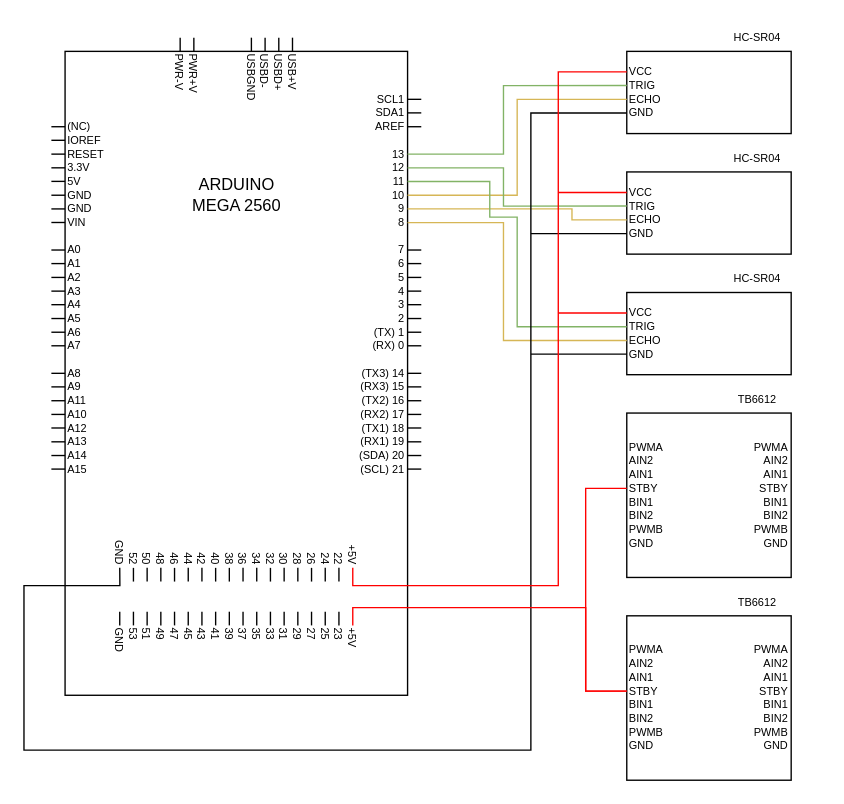
AlexRussellGit/VKR---Russell-Alexander keeps this draw.io diagram as Наработки/Принципиальная схема.drawio. Above is the earlier version. Source tidied: cells renumbered, new cells numbered last; positions are measured from the earlier drawing's top-left corner, leaving out a move shared by most shapes. Both pictures are drawn from the tidied source at 137%, with x=0, y=0 at pixel (23, 23).
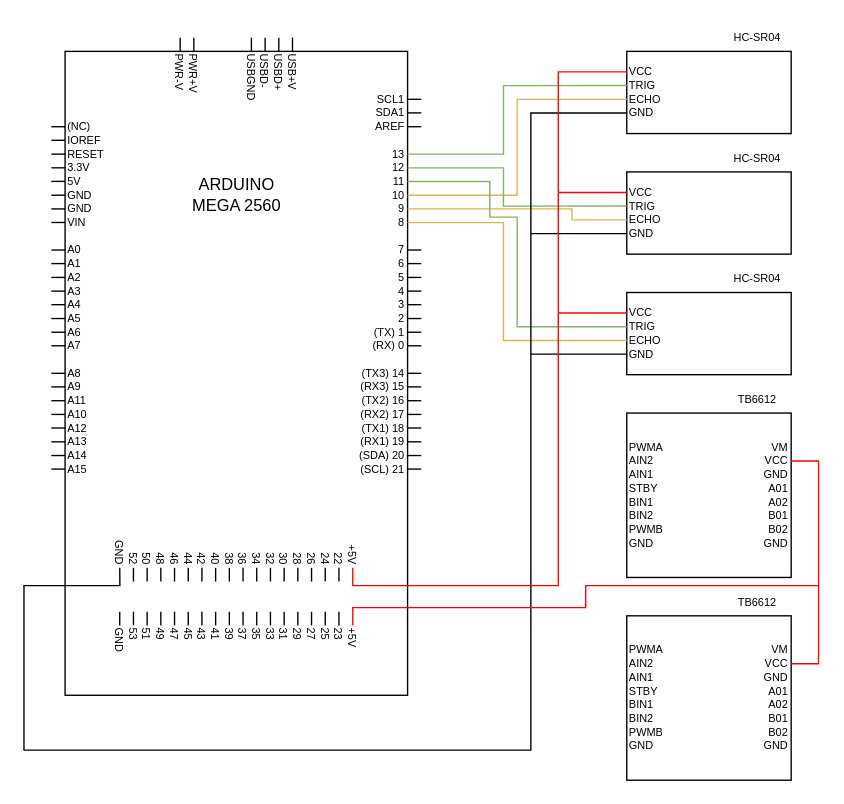
Above is the later version.

Unchanged cells that the change refers to:
```xml
<mxCell id="92" value="+5V" style="text;html=1;strokeColor=none;fillColor=none;align=left;verticalAlign=middle;whiteSpace=wrap;rounded=0;rotation=90;fontSize=8;" parent="1" vertex="1">
  <mxGeometry x="215" y="459" width="50" height="10" as="geometry" />
</mxCell>
<mxCell id="214" value="STBY" style="text;html=1;strokeColor=none;fillColor=none;align=left;verticalAlign=middle;whiteSpace=wrap;rounded=0;rotation=0;fontSize=8;" parent="1" vertex="1">
  <mxGeometry x="440" y="334" width="50" height="10" as="geometry" />
</mxCell>
<mxCell id="230" value="STBY" style="text;html=1;strokeColor=none;fillColor=none;align=left;verticalAlign=middle;whiteSpace=wrap;rounded=0;rotation=0;fontSize=8;" parent="1" vertex="1">
  <mxGeometry x="440" y="482" width="50" height="10" as="geometry" />
</mxCell>
```

The edit, as a diff of the source:
```diff
@@
-    <mxCell id="209" style="endArrow=none;html=1;rounded=0;labelBackgroundColor=none;labelBorderColor=none;fontSize=8;fontColor=none;strokeColor=#FF0000;fillColor=#FF0000;exitX=0;exitY=0.5;exitDx=0;exitDy=0;entryX=0;entryY=0.5;entryDx=0;entryDy=0;" parent="1" edge="1" source="92" target="230">
+    <mxCell id="209" style="endArrow=none;html=1;rounded=0;labelBackgroundColor=none;labelBorderColor=none;fontSize=8;fontColor=none;strokeColor=#FF0000;fillColor=#FF0000;exitX=0;exitY=0.5;exitDx=0;exitDy=0;entryX=1;entryY=0.5;entryDx=0;entryDy=0;fontStyle=4;" parent="1" edge="1" source="92" target="246">
       <mxGeometry relative="1" as="geometry">
         <Array as="points">
           <mxPoint x="240" y="426" />
           <mxPoint x="410" y="426" />
-          <mxPoint x="410" y="487" />
+          <mxPoint x="410" y="410" />
+          <mxPoint x="580" y="410" />
+          <mxPoint x="580" y="467" />
         </Array>
       </mxGeometry>
     </mxCell>
-    <mxCell id="210" style="endArrow=none;html=1;rounded=0;labelBackgroundColor=none;labelBorderColor=none;fontSize=8;fontColor=none;strokeColor=#FF0000;fillColor=#FF0000;entryX=0;entryY=0.5;entryDx=0;entryDy=0;exitX=0;exitY=0.5;exitDx=0;exitDy=0;" parent="1" edge="1" source="230" target="214">
-      <mxGeometry relative="1" as="geometry">
-        <Array as="points">
-          <mxPoint x="410" y="487" />
-          <mxPoint x="410" y="339" />
-        </Array>
-      </mxGeometry>
-    </mxCell>
@@
-    <mxCell id="219" value="PWMA" style="text;html=1;strokeColor=none;fillColor=none;align=right;verticalAlign=middle;whiteSpace=wrap;rounded=0;rotation=0;fontSize=8;" parent="1" vertex="1">
+    <mxCell id="219" value="VM" style="text;html=1;strokeColor=none;fillColor=none;align=right;verticalAlign=middle;whiteSpace=wrap;rounded=0;rotation=0;fontSize=8;" parent="1" vertex="1">
       <mxGeometry x="510" y="304" width="50" height="10" as="geometry" />
     </mxCell>
-    <mxCell id="220" value="AIN2" style="text;html=1;strokeColor=none;fillColor=none;align=right;verticalAlign=middle;whiteSpace=wrap;rounded=0;rotation=0;fontSize=8;" parent="1" vertex="1">
+    <mxCell id="220" value="VCC" style="text;html=1;strokeColor=none;fillColor=none;align=right;verticalAlign=middle;whiteSpace=wrap;rounded=0;rotation=0;fontSize=8;" parent="1" vertex="1">
       <mxGeometry x="510" y="314" width="50" height="10" as="geometry" />
     </mxCell>
-    <mxCell id="221" value="AIN1" style="text;html=1;strokeColor=none;fillColor=none;align=right;verticalAlign=middle;whiteSpace=wrap;rounded=0;rotation=0;fontSize=8;" parent="1" vertex="1">
+    <mxCell id="221" value="GND" style="text;html=1;strokeColor=none;fillColor=none;align=right;verticalAlign=middle;whiteSpace=wrap;rounded=0;rotation=0;fontSize=8;" parent="1" vertex="1">
       <mxGeometry x="510" y="324" width="50" height="10" as="geometry" />
     </mxCell>
-    <mxCell id="222" value="STBY" style="text;html=1;strokeColor=none;fillColor=none;align=right;verticalAlign=middle;whiteSpace=wrap;rounded=0;rotation=0;fontSize=8;" parent="1" vertex="1">
+    <mxCell id="222" value="A01" style="text;html=1;strokeColor=none;fillColor=none;align=right;verticalAlign=middle;whiteSpace=wrap;rounded=0;rotation=0;fontSize=8;" parent="1" vertex="1">
       <mxGeometry x="510" y="334" width="50" height="10" as="geometry" />
     </mxCell>
-    <mxCell id="223" value="BIN1" style="text;html=1;strokeColor=none;fillColor=none;align=right;verticalAlign=middle;whiteSpace=wrap;rounded=0;rotation=0;fontSize=8;" parent="1" vertex="1">
+    <mxCell id="223" value="A02" style="text;html=1;strokeColor=none;fillColor=none;align=right;verticalAlign=middle;whiteSpace=wrap;rounded=0;rotation=0;fontSize=8;" parent="1" vertex="1">
       <mxGeometry x="510" y="344" width="50" height="10" as="geometry" />
     </mxCell>
-    <mxCell id="224" value="BIN2" style="text;html=1;strokeColor=none;fillColor=none;align=right;verticalAlign=middle;whiteSpace=wrap;rounded=0;rotation=0;fontSize=8;" parent="1" vertex="1">
+    <mxCell id="224" value="B01" style="text;html=1;strokeColor=none;fillColor=none;align=right;verticalAlign=middle;whiteSpace=wrap;rounded=0;rotation=0;fontSize=8;" parent="1" vertex="1">
       <mxGeometry x="510" y="354" width="50" height="10" as="geometry" />
     </mxCell>
-    <mxCell id="225" value="PWMB" style="text;html=1;strokeColor=none;fillColor=none;align=right;verticalAlign=middle;whiteSpace=wrap;rounded=0;rotation=0;fontSize=8;" parent="1" vertex="1">
+    <mxCell id="225" value="B02" style="text;html=1;strokeColor=none;fillColor=none;align=right;verticalAlign=middle;whiteSpace=wrap;rounded=0;rotation=0;fontSize=8;" parent="1" vertex="1">
       <mxGeometry x="510" y="364" width="50" height="10" as="geometry" />
     </mxCell>
@@
-    <mxCell id="235" value="PWMA" style="text;html=1;strokeColor=none;fillColor=none;align=right;verticalAlign=middle;whiteSpace=wrap;rounded=0;rotation=0;fontSize=8;" parent="1" vertex="1">
-      <mxGeometry x="510" y="452" width="50" height="10" as="geometry" />
-    </mxCell>
-    <mxCell id="236" value="AIN2" style="text;html=1;strokeColor=none;fillColor=none;align=right;verticalAlign=middle;whiteSpace=wrap;rounded=0;rotation=0;fontSize=8;" parent="1" vertex="1">
-      <mxGeometry x="510" y="462" width="50" height="10" as="geometry" />
-    </mxCell>
-    <mxCell id="237" value="AIN1" style="text;html=1;strokeColor=none;fillColor=none;align=right;verticalAlign=middle;whiteSpace=wrap;rounded=0;rotation=0;fontSize=8;" parent="1" vertex="1">
-      <mxGeometry x="510" y="472" width="50" height="10" as="geometry" />
-    </mxCell>
-    <mxCell id="238" value="STBY" style="text;html=1;strokeColor=none;fillColor=none;align=right;verticalAlign=middle;whiteSpace=wrap;rounded=0;rotation=0;fontSize=8;" parent="1" vertex="1">
-      <mxGeometry x="510" y="482" width="50" height="10" as="geometry" />
-    </mxCell>
-    <mxCell id="239" value="BIN1" style="text;html=1;strokeColor=none;fillColor=none;align=right;verticalAlign=middle;whiteSpace=wrap;rounded=0;rotation=0;fontSize=8;" parent="1" vertex="1">
-      <mxGeometry x="510" y="492" width="50" height="10" as="geometry" />
-    </mxCell>
-    <mxCell id="240" value="BIN2" style="text;html=1;strokeColor=none;fillColor=none;align=right;verticalAlign=middle;whiteSpace=wrap;rounded=0;rotation=0;fontSize=8;" parent="1" vertex="1">
-      <mxGeometry x="510" y="502" width="50" height="10" as="geometry" />
-    </mxCell>
-    <mxCell id="241" value="PWMB" style="text;html=1;strokeColor=none;fillColor=none;align=right;verticalAlign=middle;whiteSpace=wrap;rounded=0;rotation=0;fontSize=8;" parent="1" vertex="1">
-      <mxGeometry x="510" y="512" width="50" height="10" as="geometry" />
-    </mxCell>
-    <mxCell id="242" value="GND" style="text;html=1;strokeColor=none;fillColor=none;align=right;verticalAlign=middle;whiteSpace=wrap;rounded=0;rotation=0;fontSize=8;" parent="1" vertex="1">
-      <mxGeometry x="510" y="522" width="50" height="10" as="geometry" />
-    </mxCell>
@@
+    <mxCell id="245" value="VM" style="text;html=1;strokeColor=none;fillColor=none;align=right;verticalAlign=middle;whiteSpace=wrap;rounded=0;rotation=0;fontSize=8;" parent="1" vertex="1">
+      <mxGeometry x="510" y="452" width="50" height="10" as="geometry" />
+    </mxCell>
+    <mxCell id="246" value="VCC" style="text;html=1;strokeColor=none;fillColor=none;align=right;verticalAlign=middle;whiteSpace=wrap;rounded=0;rotation=0;fontSize=8;" parent="1" vertex="1">
+      <mxGeometry x="510" y="462" width="50" height="10" as="geometry" />
+    </mxCell>
+    <mxCell id="247" value="GND" style="text;html=1;strokeColor=none;fillColor=none;align=right;verticalAlign=middle;whiteSpace=wrap;rounded=0;rotation=0;fontSize=8;" parent="1" vertex="1">
+      <mxGeometry x="510" y="472" width="50" height="10" as="geometry" />
+    </mxCell>
+    <mxCell id="248" value="A01" style="text;html=1;strokeColor=none;fillColor=none;align=right;verticalAlign=middle;whiteSpace=wrap;rounded=0;rotation=0;fontSize=8;" parent="1" vertex="1">
+      <mxGeometry x="510" y="482" width="50" height="10" as="geometry" />
+    </mxCell>
+    <mxCell id="249" value="A02" style="text;html=1;strokeColor=none;fillColor=none;align=right;verticalAlign=middle;whiteSpace=wrap;rounded=0;rotation=0;fontSize=8;" parent="1" vertex="1">
+      <mxGeometry x="510" y="492" width="50" height="10" as="geometry" />
+    </mxCell>
+    <mxCell id="250" value="B01" style="text;html=1;strokeColor=none;fillColor=none;align=right;verticalAlign=middle;whiteSpace=wrap;rounded=0;rotation=0;fontSize=8;" parent="1" vertex="1">
+      <mxGeometry x="510" y="502" width="50" height="10" as="geometry" />
+    </mxCell>
+    <mxCell id="251" value="B02" style="text;html=1;strokeColor=none;fillColor=none;align=right;verticalAlign=middle;whiteSpace=wrap;rounded=0;rotation=0;fontSize=8;" parent="1" vertex="1">
+      <mxGeometry x="510" y="512" width="50" height="10" as="geometry" />
+    </mxCell>
+    <mxCell id="242" value="GND" style="text;html=1;strokeColor=none;fillColor=none;align=right;verticalAlign=middle;whiteSpace=wrap;rounded=0;rotation=0;fontSize=8;" parent="1" vertex="1">
+      <mxGeometry x="510" y="522" width="50" height="10" as="geometry" />
+    </mxCell>
+    <mxCell id="252" style="endArrow=none;html=1;rounded=0;labelBackgroundColor=none;labelBorderColor=none;fontSize=8;fontColor=none;strokeColor=#FF0000;fillColor=#FF0000;entryX=1;entryY=0.5;entryDx=0;entryDy=0;" parent="1" edge="1" target="220">
+      <mxGeometry relative="1" as="geometry">
+        <mxPoint x="580" y="410" as="sourcePoint" />
+        <Array as="points">
+          <mxPoint x="580" y="319" />
+        </Array>
+      </mxGeometry>
+    </mxCell>
```
